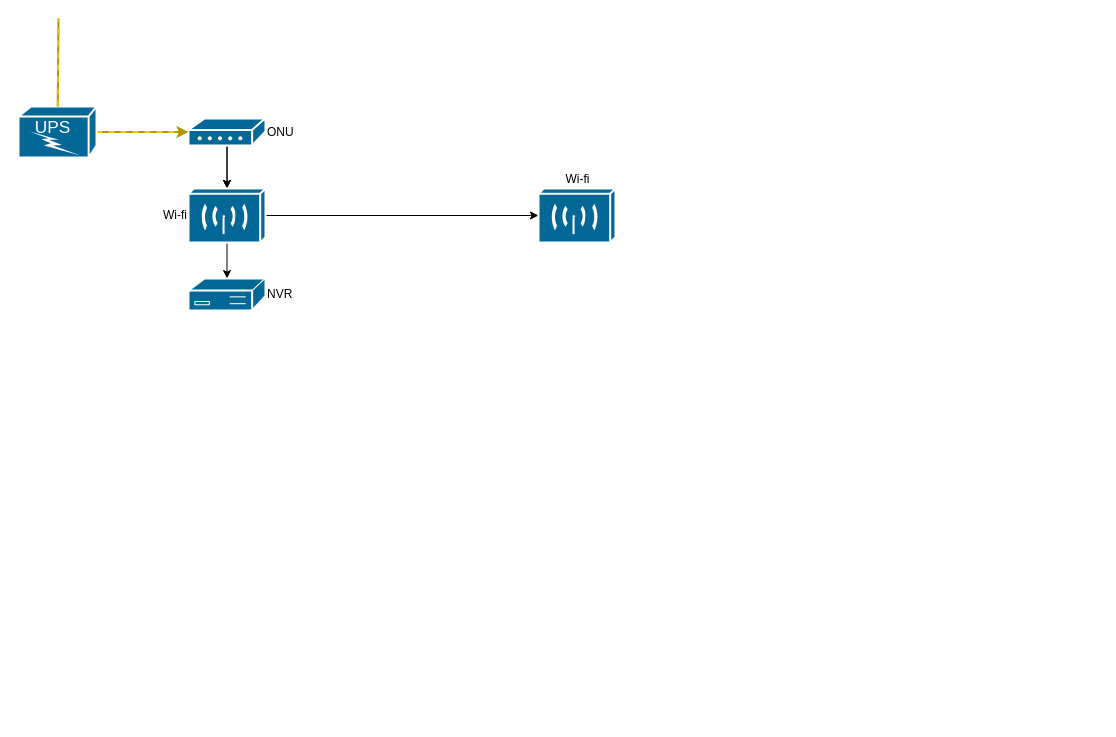
Before: conectividade-granja.drawio in fernandohickmann/diagrams, a draw.io diagram. Source tidied: cells renumbered, new cells numbered last; positions are measured from the earlier drawing's top-left corner, leaving out a move shared by most shapes. Both pictures are drawn from the tidied source at 100%, with x=0, y=0 at pixel (18, 18). Pictures stored in the file or linked from it are replaced by grey dashed boxes.
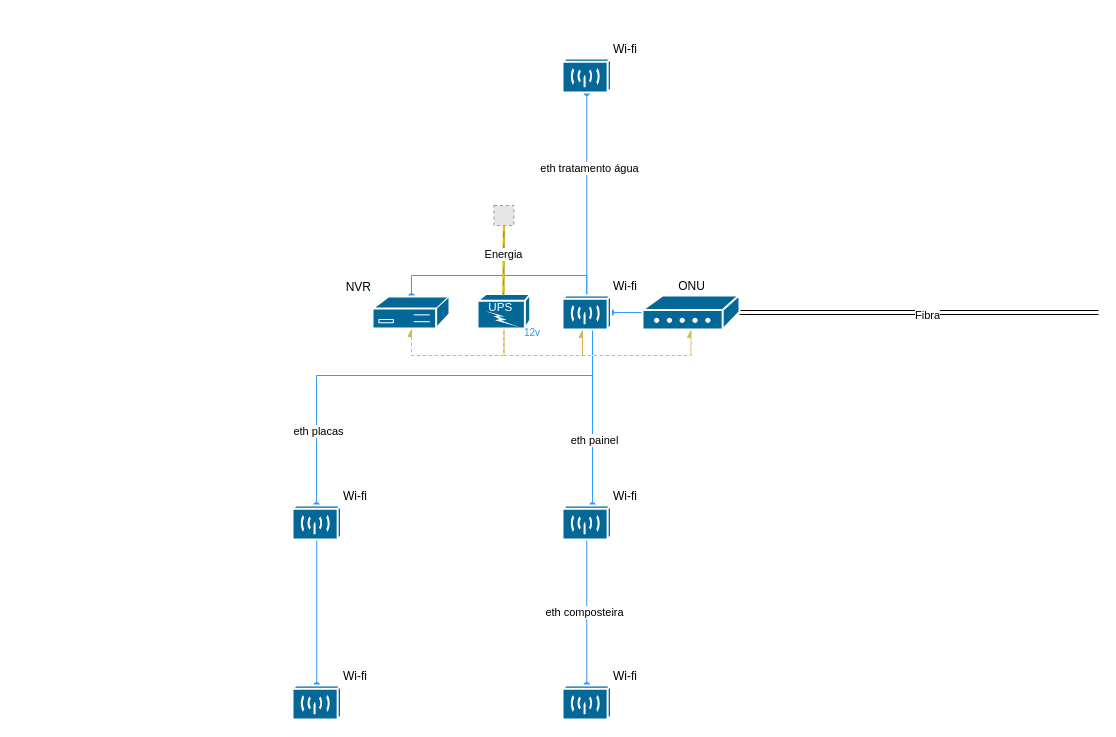
The same page after the edit.

What changed in the source:
```diff
@@
-    <mxCell id="2" style="edgeStyle=orthogonalEdgeStyle;rounded=0;jettySize=auto;html=1;" parent="1" edge="1" source="4" target="7">
-      <mxGeometry relative="1" as="geometry" />
-    </mxCell>
-    <mxCell id="3" style="edgeStyle=orthogonalEdgeStyle;rounded=0;jettySize=auto;html=1;" parent="1" edge="1" source="4" target="7">
-      <mxGeometry relative="1" as="geometry" />
-    </mxCell>
+    <mxCell id="5" style="edgeStyle=orthogonalEdgeStyle;rounded=0;jettySize=auto;html=1;endArrow=oval;endFill=1;strokeColor=#3399FF;" parent="1" edge="1" source="7" target="8">
+      <mxGeometry relative="1" as="geometry">
+        <Array as="points">
+          <mxPoint x="568" y="257" />
+          <mxPoint x="393" y="257" />
+        </Array>
+      </mxGeometry>
+    </mxCell>
+    <mxCell id="13" style="edgeStyle=orthogonalEdgeStyle;rounded=0;jettySize=auto;html=1;fillColor=#fff2cc;strokeColor=#d6b656;endArrow=async;endFill=1;" parent="1" edge="1" source="10" target="7">
+      <mxGeometry relative="1" as="geometry">
+        <Array as="points">
+          <mxPoint x="485" y="337" />
+          <mxPoint x="564" y="337" />
+        </Array>
+      </mxGeometry>
+    </mxCell>
+    <mxCell id="14" style="edgeStyle=orthogonalEdgeStyle;rounded=0;jettySize=auto;html=1;shape=wire;dashed=1;strokeWidth=1;fillColor=#fff2cc;strokeColor=#d6b656;endArrow=async;endFill=1;" parent="1" edge="1" source="10" target="8">
+      <mxGeometry relative="1" as="geometry">
+        <Array as="points">
+          <mxPoint x="485" y="337" />
+          <mxPoint x="393" y="337" />
+        </Array>
+      </mxGeometry>
+    </mxCell>
+    <mxCell id="15" style="edgeStyle=orthogonalEdgeStyle;rounded=0;jettySize=auto;html=1;endArrow=none;endFill=0;exitX=1;exitY=0.5;exitDx=0;exitDy=0;exitPerimeter=0;shape=link;" parent="1" edge="1" source="4">
+      <mxGeometry relative="1" as="geometry">
+        <mxPoint x="1080" y="294" as="targetPoint" />
+        <Array as="points">
+          <mxPoint x="1080" y="294" />
+        </Array>
+      </mxGeometry>
+    </mxCell>
+    <mxCell id="16" value="Fibra" style="edgeLabel;html=1;align=center;verticalAlign=middle;" parent="15" vertex="1">
+      <mxGeometry x="0.04" y="-2" relative="1" as="geometry" />
+    </mxCell>
+    <mxCell id="17" style="edgeStyle=orthogonalEdgeStyle;rounded=0;jettySize=auto;html=1;fontColor=#000000;strokeColor=#3399FF;endArrow=oval;endFill=1;" parent="1" edge="1" source="4" target="7">
+      <mxGeometry relative="1" as="geometry" />
+    </mxCell>
-    <mxCell id="4" value="ONU" style="sketch=0;html=1;dashed=0;fillColor=#036897;strokeColor=#ffffff;strokeWidth=2;verticalLabelPosition=middle;verticalAlign=middle;align=left;outlineConnect=0;shape=mxgraph.cisco.modems_and_phones.modem;flipH=0;legacyAnchorPoints=0;labelPosition=right;" parent="1" vertex="1">
-      <mxGeometry x="170" y="100" width="77" height="27" as="geometry" />
+    <mxCell id="4" value="ONU" style="sketch=0;html=1;dashed=0;fillColor=#036897;strokeColor=#ffffff;strokeWidth=2;verticalLabelPosition=top;verticalAlign=bottom;align=center;outlineConnect=0;shape=mxgraph.cisco.modems_and_phones.modem;flipH=0;legacyAnchorPoints=0;labelPosition=center;" parent="1" vertex="1">
+      <mxGeometry x="624" y="277" width="97" height="34" as="geometry" />
     </mxCell>
-    <mxCell id="5" style="edgeStyle=none;rounded=0;jettySize=auto;html=1;" parent="1" edge="1" source="7" target="8">
-      <mxGeometry relative="1" as="geometry" />
-    </mxCell>
-    <mxCell id="6" style="edgeStyle=none;rounded=0;jettySize=auto;html=1;exitX=1;exitY=0.5;exitDx=0;exitDy=0;exitPerimeter=0;" parent="1" edge="1" source="7" target="12">
-      <mxGeometry relative="1" as="geometry" />
-    </mxCell>
+    <mxCell id="18" style="edgeStyle=orthogonalEdgeStyle;rounded=0;jettySize=auto;html=1;strokeColor=#3399FF;endArrow=oval;endFill=1;" parent="1" edge="1" source="7" target="29">
+      <mxGeometry relative="1" as="geometry">
+        <Array as="points">
+          <mxPoint x="574" y="407" />
+          <mxPoint x="574" y="407" />
+        </Array>
+      </mxGeometry>
+    </mxCell>
+    <mxCell id="19" value="eth painel" style="edgeLabel;html=1;align=center;verticalAlign=middle;" parent="18" vertex="1">
+      <mxGeometry x="0.25" y="1" relative="1" as="geometry" />
+    </mxCell>
+    <mxCell id="20" style="edgeStyle=orthogonalEdgeStyle;rounded=0;jettySize=auto;html=1;endArrow=oval;endFill=1;strokeColor=#3399FF;" parent="1" edge="1" source="7" target="32">
+      <mxGeometry relative="1" as="geometry">
+        <Array as="points">
+          <mxPoint x="574" y="357" />
+          <mxPoint x="298" y="357" />
+        </Array>
+      </mxGeometry>
+    </mxCell>
+    <mxCell id="21" value="eth placas" style="edgeLabel;html=1;align=center;verticalAlign=middle;" parent="20" vertex="1">
+      <mxGeometry x="0.67" y="1" relative="1" as="geometry" />
+    </mxCell>
+    <mxCell id="22" style="edgeStyle=orthogonalEdgeStyle;rounded=0;jettySize=auto;html=1;strokeColor=#3399FF;endArrow=oval;endFill=1;" parent="1" edge="1" source="7" target="34">
+      <mxGeometry relative="1" as="geometry" />
+    </mxCell>
+    <mxCell id="23" value="eth tratamento água" style="edgeLabel;html=1;align=center;verticalAlign=middle;" parent="22" vertex="1">
+      <mxGeometry x="0.26" y="-2" relative="1" as="geometry" />
+    </mxCell>
-    <mxCell id="7" value="Wi-fi" style="strokeColor=#ffffff;sketch=0;html=1;dashed=0;fillColor=#036897;strokeWidth=2;verticalLabelPosition=middle;verticalAlign=middle;align=right;outlineConnect=0;shape=mxgraph.cisco.wireless.wireless_transport;labelPosition=left;" parent="1" vertex="1">
-      <mxGeometry x="170" y="170" width="77" height="54" as="geometry" />
+    <mxCell id="7" value="Wi-fi" style="strokeColor=#ffffff;sketch=0;html=1;dashed=0;fillColor=#036897;strokeWidth=2;verticalLabelPosition=top;verticalAlign=bottom;align=left;outlineConnect=0;shape=mxgraph.cisco.wireless.wireless_transport;labelPosition=right;" parent="1" vertex="1">
+      <mxGeometry x="544" y="277" width="48.5" height="34" as="geometry" />
     </mxCell>
-    <mxCell id="8" value="NVR" style="sketch=0;html=1;dashed=0;fillColor=#036897;strokeColor=#ffffff;strokeWidth=2;verticalLabelPosition=middle;verticalAlign=middle;align=left;outlineConnect=0;shape=mxgraph.cisco.controllers_and_modules.3174_(desktop)_cluster_controller;labelPosition=right;" parent="1" vertex="1">
-      <mxGeometry x="170" y="260" width="77" height="32" as="geometry" />
+    <mxCell id="8" value="NVR" style="sketch=0;html=1;dashed=0;fillColor=#036897;strokeColor=#ffffff;strokeWidth=2;verticalLabelPosition=top;verticalAlign=bottom;align=right;outlineConnect=0;shape=mxgraph.cisco.controllers_and_modules.3174_(desktop)_cluster_controller;labelPosition=left;" parent="1" vertex="1">
+      <mxGeometry x="354" y="278" width="77" height="32" as="geometry" />
     </mxCell>
+    <mxCell id="24" style="fillColor=#E6E6E6;strokeColor=#999999;dashed=1;html=1;verticalAlign=top;verticalLabelPosition=bottom;labelBackgroundColor=#ffffff;" parent="1" vertex="1">
+      <mxGeometry x="475.4" y="187" width="20" height="20" as="geometry" />
+    </mxCell>
+    <mxCell id="10" value="12v" style="sketch=0;html=1;dashed=0;fillColor=#036897;strokeColor=#ffffff;strokeWidth=2;verticalLabelPosition=bottom;verticalAlign=top;align=left;outlineConnect=0;shape=mxgraph.cisco.misc.ups;fontSize=10;labelPosition=right;fontColor=#3399FF;spacing=-6;" parent="1" vertex="1">
+      <mxGeometry x="459" y="275.5" width="52.7" height="34.5" as="geometry" />
+    </mxCell>
+    <mxCell id="25" style="endArrow=none;html=1;rounded=0;shape=wire;dashed=1;strokeWidth=2;fillColor=#e3c800;strokeColor=#B09500;exitX=0.5;exitY=1;exitDx=0;exitDy=0;" parent="1" edge="1" source="24" target="10">
+      <mxGeometry relative="1" as="geometry">
+        <Array as="points">
+          <mxPoint x="485" y="277" />
+        </Array>
+      </mxGeometry>
+    </mxCell>
+    <mxCell id="26" value="Energia" style="edgeLabel;html=1;align=center;verticalAlign=middle;" parent="25" vertex="1">
+      <mxGeometry x="-0.19" y="-1" relative="1" as="geometry" />
+    </mxCell>
-    <mxCell id="9" style="edgeStyle=orthogonalEdgeStyle;rounded=0;jettySize=auto;html=1;fillColor=#e3c800;strokeColor=#B09500;shape=wire;dashed=1;strokeWidth=2;" parent="1" edge="1" source="10" target="4">
-      <mxGeometry relative="1" as="geometry" />
+    <mxCell id="9" style="edgeStyle=orthogonalEdgeStyle;rounded=0;jettySize=auto;html=1;entryX=0.5;entryY=1;entryDx=0;entryDy=0;entryPerimeter=0;shape=wire;dashed=1;fillColor=#fff2cc;strokeColor=#d6b656;endArrow=async;endFill=1;" parent="1" edge="1" source="10" target="4">
+      <mxGeometry relative="1" as="geometry">
+        <Array as="points">
+          <mxPoint x="485" y="337" />
+          <mxPoint x="673" y="337" />
+        </Array>
+      </mxGeometry>
     </mxCell>
-    <mxCell id="10" style="sketch=0;html=1;dashed=0;fillColor=#036897;strokeColor=#ffffff;strokeWidth=2;verticalLabelPosition=bottom;verticalAlign=top;align=center;outlineConnect=0;shape=mxgraph.cisco.misc.ups;" parent="1" vertex="1">
-      <mxGeometry y="88" width="78" height="51" as="geometry" />
-    </mxCell>
-    <mxCell id="11" style="endArrow=none;html=1;rounded=0;shape=wire;dashed=1;strokeWidth=2;fillColor=#e3c800;strokeColor=#B09500;" parent="1" edge="1" source="10">
-      <mxGeometry relative="1" as="geometry">
-        <mxPoint x="40" as="targetPoint" />
-      </mxGeometry>
-    </mxCell>
-    <mxCell id="12" value="Wi-fi" style="strokeColor=#ffffff;sketch=0;html=1;dashed=0;fillColor=#036897;strokeWidth=2;verticalLabelPosition=top;verticalAlign=bottom;align=center;outlineConnect=0;shape=mxgraph.cisco.wireless.wireless_transport;labelPosition=center;" parent="1" vertex="1">
-      <mxGeometry x="520" y="170" width="77" height="54" as="geometry" />
-    </mxCell>
+    <mxCell id="27" style="edgeStyle=orthogonalEdgeStyle;rounded=0;jettySize=auto;html=1;endArrow=oval;endFill=1;strokeColor=#3399FF;" parent="1" edge="1" source="29" target="30">
+      <mxGeometry relative="1" as="geometry" />
+    </mxCell>
+    <mxCell id="28" value="eth composteira" style="edgeLabel;html=1;align=center;verticalAlign=middle;" parent="27" vertex="1">
+      <mxGeometry x="-0.02" y="-3" relative="1" as="geometry" />
+    </mxCell>
+    <mxCell id="29" value="Wi-fi" style="strokeColor=#ffffff;sketch=0;html=1;dashed=0;fillColor=#036897;strokeWidth=2;verticalLabelPosition=top;verticalAlign=bottom;align=left;outlineConnect=0;shape=mxgraph.cisco.wireless.wireless_transport;labelPosition=right;" parent="1" vertex="1">
+      <mxGeometry x="544" y="487" width="48.5" height="34" as="geometry" />
+    </mxCell>
+    <mxCell id="30" value="Wi-fi" style="strokeColor=#ffffff;sketch=0;html=1;dashed=0;fillColor=#036897;strokeWidth=2;verticalLabelPosition=top;verticalAlign=bottom;align=left;outlineConnect=0;shape=mxgraph.cisco.wireless.wireless_transport;labelPosition=right;" parent="1" vertex="1">
+      <mxGeometry x="544" y="667" width="48.5" height="34" as="geometry" />
+    </mxCell>
+    <mxCell id="31" style="edgeStyle=orthogonalEdgeStyle;rounded=0;jettySize=auto;html=1;endArrow=oval;endFill=1;strokeColor=#3399FF;" parent="1" edge="1" source="32" target="33">
+      <mxGeometry relative="1" as="geometry" />
+    </mxCell>
+    <mxCell id="32" value="Wi-fi" style="strokeColor=#ffffff;sketch=0;html=1;dashed=0;fillColor=#036897;strokeWidth=2;verticalLabelPosition=top;verticalAlign=bottom;align=left;outlineConnect=0;shape=mxgraph.cisco.wireless.wireless_transport;labelPosition=right;" parent="1" vertex="1">
+      <mxGeometry x="274" y="487" width="48.5" height="34" as="geometry" />
+    </mxCell>
+    <mxCell id="33" value="Wi-fi" style="strokeColor=#ffffff;sketch=0;html=1;dashed=0;fillColor=#036897;strokeWidth=2;verticalLabelPosition=top;verticalAlign=bottom;align=left;outlineConnect=0;shape=mxgraph.cisco.wireless.wireless_transport;labelPosition=right;" parent="1" vertex="1">
+      <mxGeometry x="274" y="667" width="48.5" height="34" as="geometry" />
+    </mxCell>
+    <mxCell id="34" value="Wi-fi" style="strokeColor=#ffffff;sketch=0;html=1;dashed=0;fillColor=#036897;strokeWidth=2;verticalLabelPosition=top;verticalAlign=bottom;align=left;outlineConnect=0;shape=mxgraph.cisco.wireless.wireless_transport;labelPosition=right;" parent="1" vertex="1">
+      <mxGeometry x="544" y="40" width="48.5" height="34" as="geometry" />
+    </mxCell>
```
